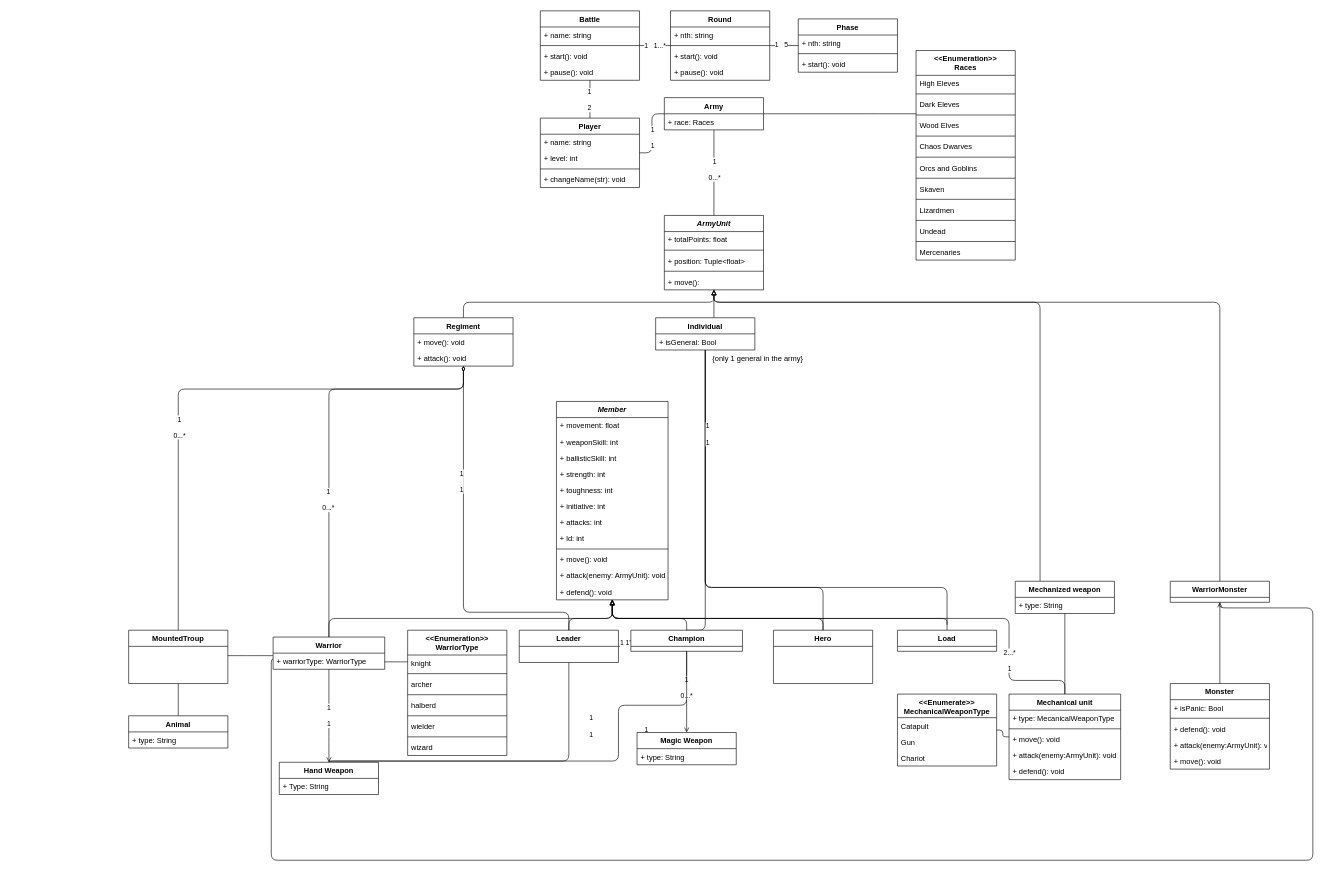
Above: 1st-ass/ass1.drawio in HideBa/2qt-geodatabase (draw.io), before the change. Source tidied: cells renumbered, new cells numbered last; positions are measured from the earlier drawing's top-left corner, leaving out a move shared by most shapes. Both pictures are drawn from the tidied source at 62%, with x=0, y=0 at pixel (128, 11).
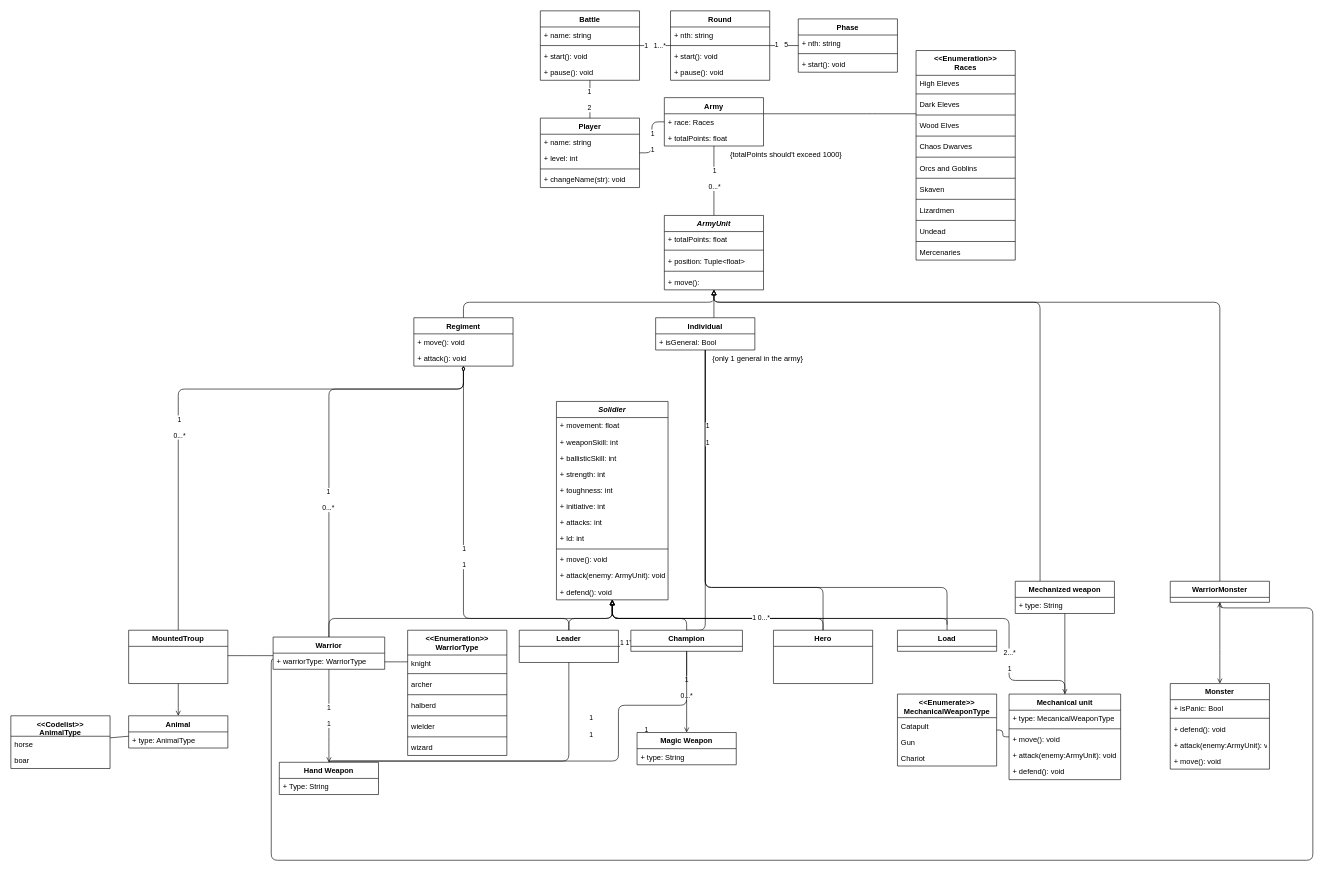
Above is the later version.

Unchanged cells that the change refers to:
```xml
<mxCell id="48" value="Regiment" style="swimlane;fontStyle=1;align=center;verticalAlign=top;horizontal=1;startSize=26;" parent="1" vertex="1">
  <mxGeometry x="460" y="495" width="160" height="78" as="geometry" />
</mxCell>
<mxCell id="58" value="Mechanized weapon" style="swimlane;fontStyle=1;align=center;verticalAlign=top;horizontal=1;startSize=26;" parent="1" vertex="1">
  <mxGeometry x="1430" y="920" width="160" height="52" as="geometry" />
</mxCell>
<mxCell id="60" value="Monster" style="swimlane;fontStyle=1;align=center;verticalAlign=top;horizontal=1;startSize=26;" parent="1" vertex="1">
  <mxGeometry x="1680" y="1085" width="160" height="138" as="geometry" />
</mxCell>
<mxCell id="69" value="Leader" style="swimlane;fontStyle=1;align=center;verticalAlign=top;horizontal=1;startSize=26;" parent="1" vertex="1">
  <mxGeometry x="630" y="999" width="160" height="52" as="geometry" />
</mxCell>
<mxCell id="79" value="Mechanical unit" style="swimlane;fontStyle=1;align=center;verticalAlign=top;horizontal=1;startSize=26;" parent="1" vertex="1">
  <mxGeometry x="1420" y="1102" width="180" height="138" as="geometry" />
</mxCell>
<mxCell id="88" value="WarriorMonster" style="swimlane;fontStyle=1;align=center;verticalAlign=top;horizontal=1;startSize=26;" parent="1" vertex="1">
  <mxGeometry x="1680" y="920" width="160" height="34" as="geometry" />
</mxCell>
<mxCell id="91" value="MountedTroup" style="swimlane;fontStyle=1;align=center;verticalAlign=top;horizontal=1;startSize=26;" parent="1" vertex="1">
  <mxGeometry y="999" width="160" height="86" as="geometry" />
</mxCell>
<mxCell id="92" value="Animal" style="swimlane;fontStyle=1;align=center;verticalAlign=top;horizontal=1;startSize=26;" parent="1" vertex="1">
  <mxGeometry y="1137" width="160" height="52" as="geometry" />
</mxCell>
<mxCell id="118" style="edgeStyle=orthogonalEdgeStyle;html=1;strokeColor=default;startArrow=block;startFill=0;endArrow=none;endFill=0;entryX=0.5;entryY=0;entryDx=0;entryDy=0;" parent="1" edge="1" source="120" target="79">
  <mxGeometry relative="1" as="geometry">
    <Array as="points">
      <mxPoint x="780" y="980" />
      <mxPoint x="1420" y="980" />
      <mxPoint x="1420" y="1080" />
      <mxPoint x="1510" y="1080" />
    </Array>
  </mxGeometry>
</mxCell>
```

Change to the diagram source:
```diff
@@
     <mxCell id="30" value="Army" style="swimlane;fontStyle=1;align=center;verticalAlign=top;horizontal=1;startSize=26;" parent="1" vertex="1">
-      <mxGeometry x="864" y="140" width="160" height="52" as="geometry" />
+      <mxGeometry x="864" y="140" width="160" height="78" as="geometry" />
     </mxCell>
@@
+    <mxCell id="155" value="+ totalPoints: float" style="text;strokeColor=none;fillColor=none;align=left;verticalAlign=top;spacingLeft=4;spacingRight=4;overflow=hidden;" parent="30" vertex="1">
+      <mxGeometry y="52" width="160" height="26" as="geometry" />
+    </mxCell>
@@
     <mxCell id="46" style="edgeStyle=orthogonalEdgeStyle;html=1;strokeColor=default;startArrow=diamondThin;startFill=0;endArrow=none;endFill=0;" parent="1" edge="1" source="48" target="69">
       <mxGeometry relative="1" as="geometry">
         <Array as="points">
-          <mxPoint x="540" y="970" />
-          <mxPoint x="710" y="970" />
+          <mxPoint x="540" y="980" />
+          <mxPoint x="710" y="980" />
         </Array>
       </mxGeometry>
     </mxCell>
     <mxCell id="47" value="1&lt;br&gt;&lt;br&gt;1" style="edgeLabel;html=1;align=center;verticalAlign=middle;" parent="46" vertex="1">
-      <mxGeometry x="-0.38" y="-4" relative="1" as="geometry" />
+      <mxGeometry x="-0.38" y="-4" relative="1" as="geometry">
+        <mxPoint x="4" y="122" as="offset" />
+      </mxGeometry>
     </mxCell>
@@
-    <mxCell id="57" style="edgeStyle=orthogonalEdgeStyle;html=1;entryX=0.5;entryY=0;entryDx=0;entryDy=0;endArrow=none;endFill=0;" parent="1" edge="1" source="58" target="79">
+    <mxCell id="57" style="edgeStyle=orthogonalEdgeStyle;html=1;entryX=0.5;entryY=0;entryDx=0;entryDy=0;endArrow=open;endFill=0;" parent="1" edge="1" source="58" target="79">
       <mxGeometry relative="1" as="geometry" />
     </mxCell>
@@
-    <mxCell id="87" style="edgeStyle=orthogonalEdgeStyle;html=1;entryX=0.5;entryY=0;entryDx=0;entryDy=0;endArrow=none;endFill=0;" parent="1" edge="1" source="88" target="60">
-      <mxGeometry relative="1" as="geometry" />
+    <mxCell id="87" style="edgeStyle=orthogonalEdgeStyle;html=1;entryX=0.5;entryY=0;entryDx=0;entryDy=0;endArrow=open;endFill=0;" parent="1" edge="1" source="88" target="60">
+      <mxGeometry relative="1" as="geometry">
+        <Array as="points">
+          <mxPoint x="1760" y="1030" />
+          <mxPoint x="1760" y="1030" />
+        </Array>
+      </mxGeometry>
     </mxCell>
@@
-    <mxCell id="89" style="edgeStyle=orthogonalEdgeStyle;html=1;endArrow=none;endFill=0;" parent="1" edge="1" source="91" target="92">
+    <mxCell id="89" style="edgeStyle=orthogonalEdgeStyle;html=1;endArrow=open;endFill=0;" parent="1" edge="1" source="91" target="92">
       <mxGeometry relative="1" as="geometry" />
     </mxCell>
@@
-    <mxCell id="93" value="+ type: String" style="text;strokeColor=none;fillColor=none;align=left;verticalAlign=top;spacingLeft=4;spacingRight=4;overflow=hidden;" parent="92" vertex="1">
+    <mxCell id="93" value="+ type: AnimalType" style="text;strokeColor=none;fillColor=none;align=left;verticalAlign=top;spacingLeft=4;spacingRight=4;overflow=hidden;" parent="92" vertex="1">
       <mxGeometry y="26" width="160" height="26" as="geometry" />
     </mxCell>
@@
+    <mxCell id="156" value="1 0...*" style="edgeLabel;html=1;align=center;verticalAlign=middle;" parent="118" vertex="1">
+      <mxGeometry x="-0.39" y="2" relative="1" as="geometry" />
+    </mxCell>
-    <mxCell id="120" value="Member" style="swimlane;fontStyle=3;align=center;verticalAlign=top;horizontal=1;startSize=26;" parent="1" vertex="1">
+    <mxCell id="120" value="Solidier" style="swimlane;fontStyle=3;align=center;verticalAlign=top;horizontal=1;startSize=26;" parent="1" vertex="1">
       <mxGeometry x="690" y="630" width="180" height="320" as="geometry" />
     </mxCell>
@@
+    <mxCell id="157" value="{totalPoints should't exceed 1000}" style="text;html=1;align=center;verticalAlign=middle;strokeColor=none;fillColor=none;" parent="1" vertex="1">
+      <mxGeometry x="960" y="218" width="200" height="30" as="geometry" />
+    </mxCell>
+    <mxCell id="158" style="edgeStyle=none;html=1;endArrow=none;endFill=0;" parent="1" edge="1" source="159" target="92">
+      <mxGeometry relative="1" as="geometry" />
+    </mxCell>
+    <mxCell id="159" value="&lt;&lt;Codelist&gt;&gt;&#10;AnimalType" style="swimlane;fontStyle=1;align=center;verticalAlign=top;horizontal=1;startSize=33;" parent="1" vertex="1">
+      <mxGeometry x="-190" y="1137" width="160" height="85" as="geometry" />
+    </mxCell>
+    <mxCell id="160" value="horse" style="text;strokeColor=none;fillColor=none;align=left;verticalAlign=top;spacingLeft=4;spacingRight=4;overflow=hidden;" parent="159" vertex="1">
+      <mxGeometry y="33" width="160" height="26" as="geometry" />
+    </mxCell>
+    <mxCell id="161" value="boar" style="text;strokeColor=none;fillColor=none;align=left;verticalAlign=top;spacingLeft=4;spacingRight=4;overflow=hidden;" parent="159" vertex="1">
+      <mxGeometry y="59" width="160" height="26" as="geometry" />
+    </mxCell>
```
